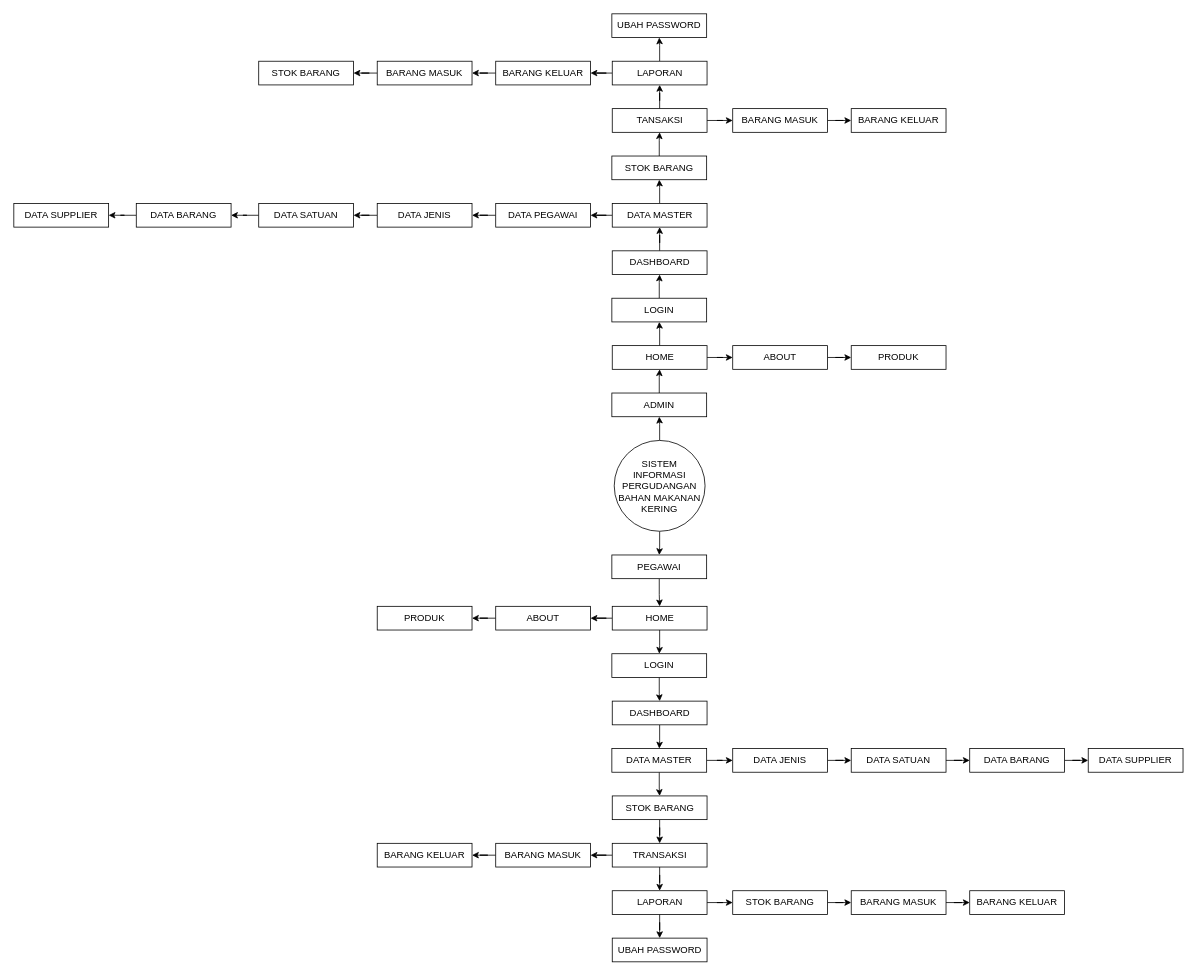
Above: MAGANG/RANCANGAN PROJEK/sitemap.drawio in M3118061/Semester-6 (draw.io), before the change. Source tidied: cells renumbered, new cells numbered last; positions are measured from the earlier drawing's top-left corner, leaving out a move shared by most shapes. Both pictures are drawn from the tidied source at 79%, with x=0, y=0 at pixel (13, 13).
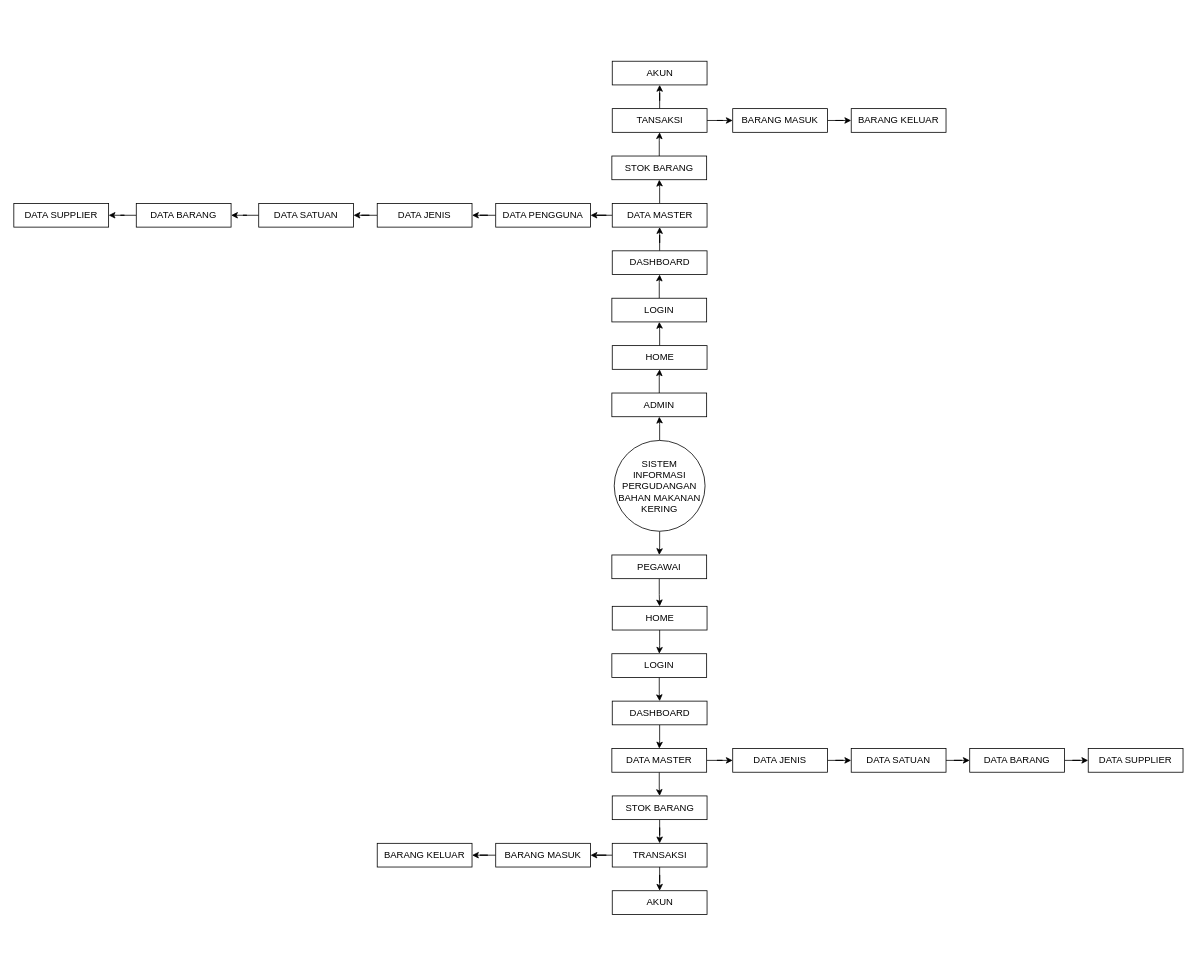
After the change.

The change refers to these unchanged cells:
```xml
<mxCell id="14" value="HOME" style="rounded=0;whiteSpace=wrap;html=1;" parent="1" vertex="1">
  <mxGeometry x="757.5" y="420" width="120" height="30" as="geometry" />
</mxCell>
<mxCell id="29" value="HOME" style="rounded=0;whiteSpace=wrap;html=1;" parent="1" vertex="1">
  <mxGeometry x="757.5" y="750" width="120" height="30" as="geometry" />
</mxCell>
```

Diff of the diagram source:
```diff
@@
-    <mxCell id="2" style="edgeStyle=orthogonalEdgeStyle;rounded=0;jettySize=auto;html=1;" parent="1" edge="1" source="3" target="4">
-      <mxGeometry relative="1" as="geometry" />
-    </mxCell>
-    <mxCell id="3" value="ABOUT" style="rounded=0;whiteSpace=wrap;html=1;" parent="1" vertex="1">
-      <mxGeometry x="910" y="420" width="120" height="30" as="geometry" />
-    </mxCell>
-    <mxCell id="4" value="PRODUK" style="rounded=0;whiteSpace=wrap;html=1;" parent="1" vertex="1">
-      <mxGeometry x="1060" y="420" width="120" height="30" as="geometry" />
-    </mxCell>
@@
-    <mxCell id="13" style="edgeStyle=orthogonalEdgeStyle;rounded=0;jettySize=auto;html=1;" parent="1" edge="1" source="14" target="3">
-      <mxGeometry relative="1" as="geometry" />
-    </mxCell>
@@
-    <mxCell id="28" style="edgeStyle=orthogonalEdgeStyle;rounded=0;jettySize=auto;html=1;" parent="1" edge="1" source="29" target="44">
-      <mxGeometry relative="1" as="geometry" />
-    </mxCell>
@@
-    <mxCell id="40" style="edgeStyle=orthogonalEdgeStyle;rounded=0;jettySize=auto;html=1;" parent="1" edge="1" source="42" target="73">
-      <mxGeometry relative="1" as="geometry" />
-    </mxCell>
-    <mxCell id="41" style="edgeStyle=orthogonalEdgeStyle;rounded=0;jettySize=auto;html=1;" parent="1" edge="1" source="42" target="84">
-      <mxGeometry relative="1" as="geometry" />
-    </mxCell>
-    <mxCell id="42" value="LAPORAN" style="rounded=0;whiteSpace=wrap;html=1;" parent="1" vertex="1">
+    <mxCell id="42" value="AKUN" style="rounded=0;whiteSpace=wrap;html=1;" parent="1" vertex="1">
       <mxGeometry x="757.5" y="1110" width="120" height="30" as="geometry" />
     </mxCell>
-    <mxCell id="43" style="edgeStyle=orthogonalEdgeStyle;rounded=0;jettySize=auto;html=1;" parent="1" edge="1" source="44" target="45">
-      <mxGeometry relative="1" as="geometry" />
-    </mxCell>
-    <mxCell id="44" value="ABOUT" style="rounded=0;whiteSpace=wrap;html=1;" parent="1" vertex="1">
-      <mxGeometry x="610" y="750" width="120" height="30" as="geometry" />
-    </mxCell>
-    <mxCell id="45" value="PRODUK" style="rounded=0;whiteSpace=wrap;html=1;" parent="1" vertex="1">
-      <mxGeometry x="460" y="750" width="120" height="30" as="geometry" />
-    </mxCell>
@@
-    <mxCell id="47" value="DATA PEGAWAI" style="rounded=0;whiteSpace=wrap;html=1;" parent="1" vertex="1">
+    <mxCell id="47" value="DATA PENGGUNA" style="rounded=0;whiteSpace=wrap;html=1;" parent="1" vertex="1">
       <mxGeometry x="610" y="240" width="120" height="30" as="geometry" />
     </mxCell>
@@
-    <mxCell id="70" style="edgeStyle=orthogonalEdgeStyle;rounded=0;jettySize=auto;html=1;" parent="1" edge="1" source="72" target="74">
-      <mxGeometry relative="1" as="geometry" />
-    </mxCell>
-    <mxCell id="71" style="edgeStyle=orthogonalEdgeStyle;rounded=0;jettySize=auto;html=1;" parent="1" edge="1" source="72" target="78">
-      <mxGeometry relative="1" as="geometry" />
-    </mxCell>
-    <mxCell id="72" value="LAPORAN" style="rounded=0;whiteSpace=wrap;html=1;" parent="1" vertex="1">
+    <mxCell id="72" value="AKUN" style="rounded=0;whiteSpace=wrap;html=1;" parent="1" vertex="1">
       <mxGeometry x="757.5" y="60" width="120" height="30" as="geometry" />
     </mxCell>
-    <mxCell id="73" value="UBAH PASSWORD" style="rounded=0;whiteSpace=wrap;html=1;" parent="1" vertex="1">
-      <mxGeometry x="757.5" y="1170" width="120" height="30" as="geometry" />
-    </mxCell>
-    <mxCell id="74" value="UBAH PASSWORD" style="rounded=0;whiteSpace=wrap;html=1;" parent="1" vertex="1">
-      <mxGeometry x="757" width="120" height="30" as="geometry" />
-    </mxCell>
-    <mxCell id="75" style="edgeStyle=orthogonalEdgeStyle;rounded=0;jettySize=auto;html=1;" parent="1" edge="1" source="76" target="79">
-      <mxGeometry relative="1" as="geometry" />
-    </mxCell>
-    <mxCell id="76" value="BARANG MASUK" style="rounded=0;whiteSpace=wrap;html=1;" parent="1" vertex="1">
-      <mxGeometry x="460" y="60" width="120" height="30" as="geometry" />
-    </mxCell>
-    <mxCell id="77" style="edgeStyle=orthogonalEdgeStyle;rounded=0;jettySize=auto;html=1;" parent="1" edge="1" source="78" target="76">
-      <mxGeometry relative="1" as="geometry" />
-    </mxCell>
-    <mxCell id="78" value="BARANG KELUAR" style="rounded=0;whiteSpace=wrap;html=1;" parent="1" vertex="1">
-      <mxGeometry x="610" y="60" width="120" height="30" as="geometry" />
-    </mxCell>
-    <mxCell id="79" value="STOK BARANG" style="rounded=0;whiteSpace=wrap;html=1;" parent="1" vertex="1">
-      <mxGeometry x="310" y="60" width="120" height="30" as="geometry" />
-    </mxCell>
-    <mxCell id="80" style="edgeStyle=orthogonalEdgeStyle;rounded=0;jettySize=auto;html=1;" parent="1" edge="1" source="81" target="82">
-      <mxGeometry relative="1" as="geometry" />
-    </mxCell>
-    <mxCell id="81" value="BARANG MASUK" style="rounded=0;whiteSpace=wrap;html=1;" parent="1" vertex="1">
-      <mxGeometry x="1060" y="1110" width="120" height="30" as="geometry" />
-    </mxCell>
-    <mxCell id="82" value="BARANG KELUAR" style="rounded=0;whiteSpace=wrap;html=1;" parent="1" vertex="1">
-      <mxGeometry x="1210" y="1110" width="120" height="30" as="geometry" />
-    </mxCell>
-    <mxCell id="83" style="edgeStyle=orthogonalEdgeStyle;rounded=0;jettySize=auto;html=1;" parent="1" edge="1" source="84" target="81">
-      <mxGeometry relative="1" as="geometry" />
-    </mxCell>
-    <mxCell id="84" value="STOK BARANG" style="rounded=0;whiteSpace=wrap;html=1;" parent="1" vertex="1">
-      <mxGeometry x="910" y="1110" width="120" height="30" as="geometry" />
-    </mxCell>
```
